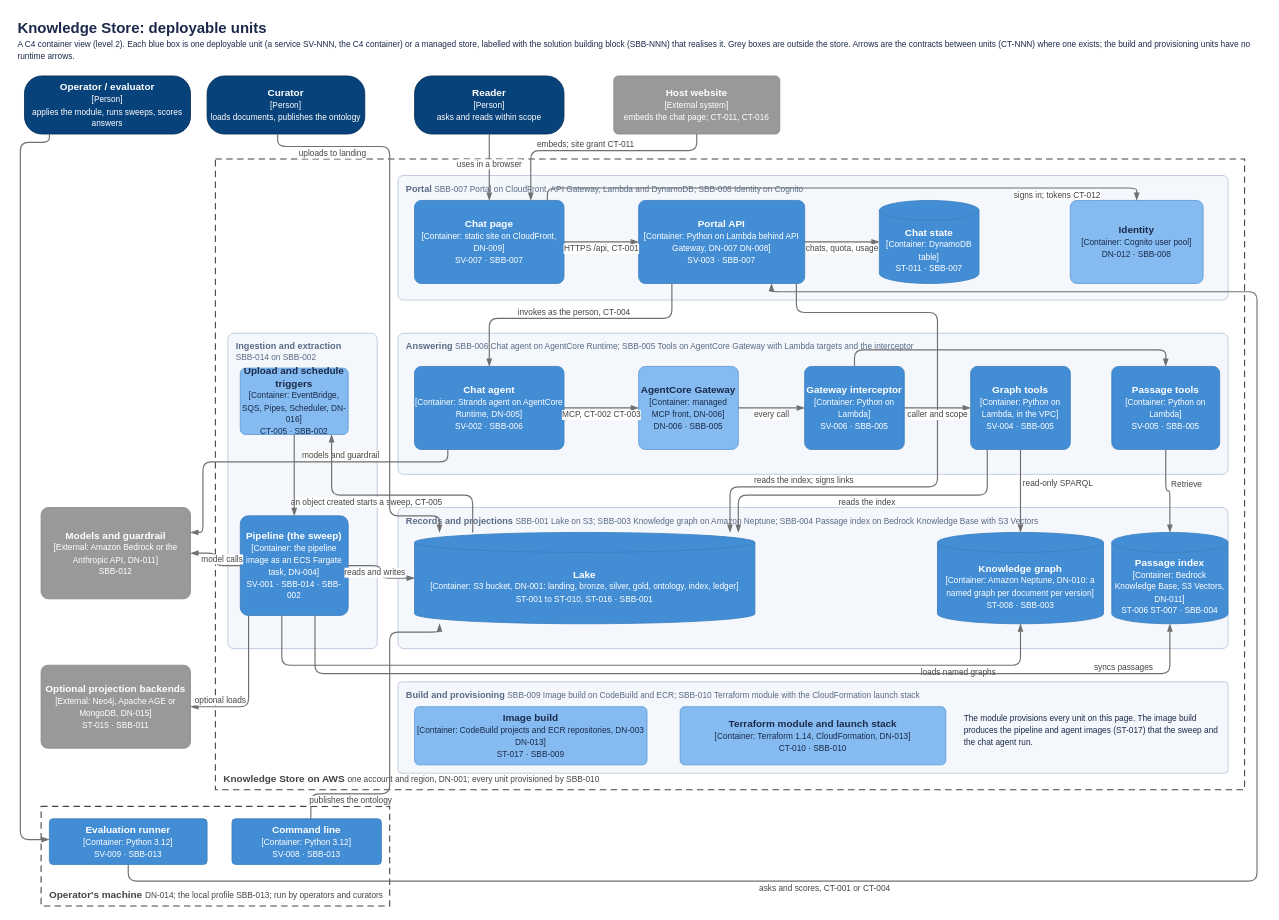
Above: docs/architecture/runtime/deployable-units.drawio in patternode/knowledge-store (draw.io), before the change. Source tidied: cells renumbered, new cells numbered last; positions are measured from the earlier drawing's top-left corner, leaving out a move shared by most shapes. Both pictures are drawn from the tidied source at 83%, with x=0, y=0 at pixel (16, 14).
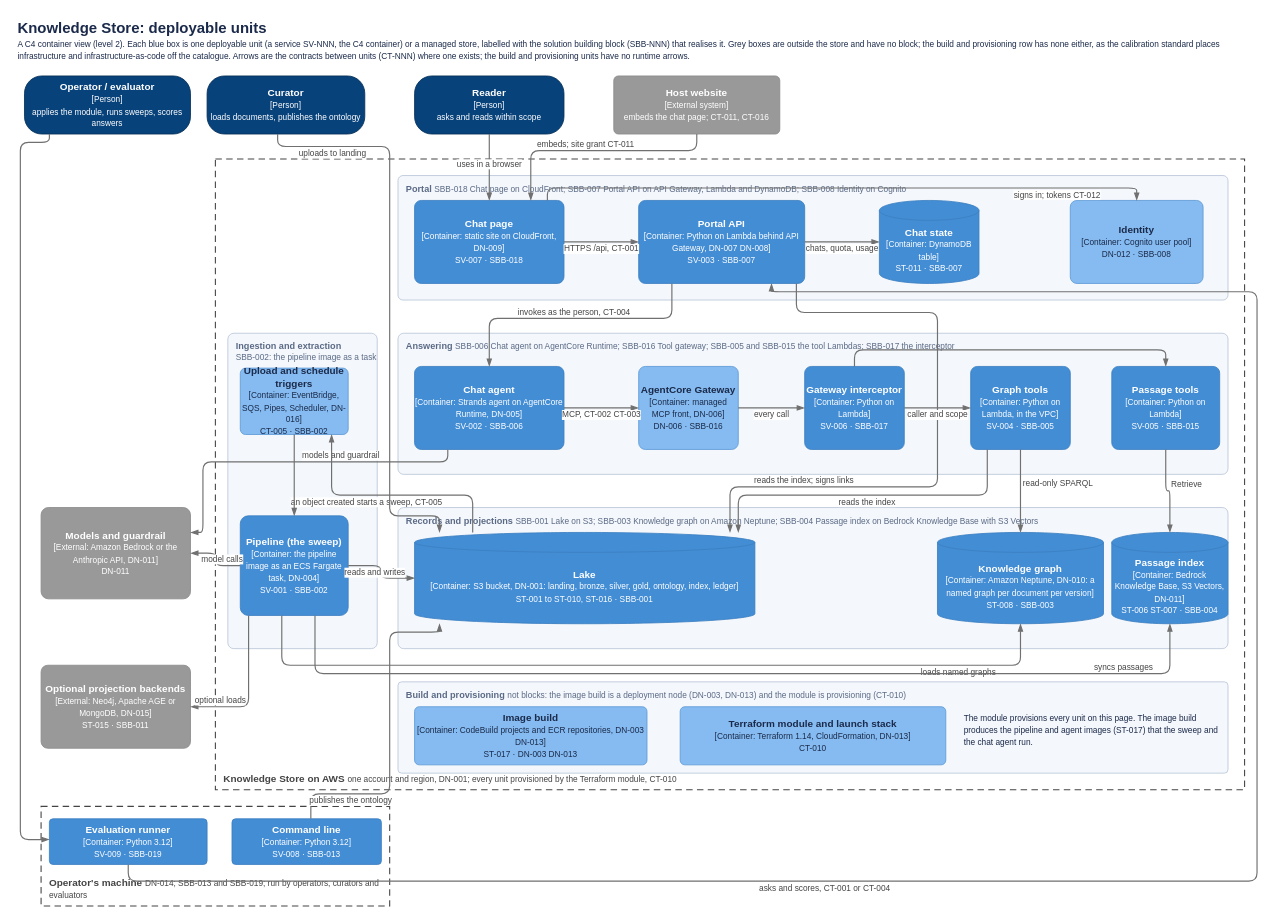
The same diagram, later.

What changed in the source:
```diff
@@
-    <mxCell id="2" value="&lt;b&gt;&lt;font style=&quot;font-size:18px&quot;&gt;Knowledge Store: deployable units&lt;/font&gt;&lt;/b&gt;&lt;br&gt;&lt;font style=&quot;font-size:10px&quot;&gt;A C4 container view (level 2). Each blue box is one deployable unit (a service SV-NNN, the C4 container) or a managed store, labelled with the solution building block (SBB-NNN) that realises it. Grey boxes are outside the store. Arrows are the contracts between units (CT-NNN) where one exists; the build and provisioning units have no runtime arrows.&lt;/font&gt;" style="text;html=1;align=left;verticalAlign=top;strokeColor=none;fillColor=none;fontColor=#1B2A4A;whiteSpace=wrap;" parent="1" vertex="1">
+    <mxCell id="2" value="&lt;b&gt;&lt;font style=&quot;font-size:18px&quot;&gt;Knowledge Store: deployable units&lt;/font&gt;&lt;/b&gt;&lt;br&gt;&lt;font style=&quot;font-size:10px&quot;&gt;A C4 container view (level 2). Each blue box is one deployable unit (a service SV-NNN, the C4 container) or a managed store, labelled with the solution building block (SBB-NNN) that realises it. Grey boxes are outside the store and have no block; the build and provisioning row has none either, as the calibration standard places infrastructure and infrastructure-as-code off the catalogue. Arrows are the contracts between units (CT-NNN) where one exists; the build and provisioning units have no runtime arrows.&lt;/font&gt;" style="text;html=1;align=left;verticalAlign=top;strokeColor=none;fillColor=none;fontColor=#1B2A4A;whiteSpace=wrap;" parent="1" vertex="1">
       <mxGeometry width="1500" height="44" as="geometry" />
     </mxCell>
@@
-    <mxCell id="7" value="&lt;b&gt;Knowledge Store on AWS&lt;/b&gt;  &lt;font style=&quot;font-size:10px&quot;&gt;one account and region, DN-001; every unit provisioned by SBB-010&lt;/font&gt;" style="rounded=0;whiteSpace=wrap;html=1;fillColor=none;strokeColor=#444444;dashed=1;dashPattern=6 4;strokeWidth=1.3;fontSize=12;fontColor=#444444;align=left;verticalAlign=bottom;spacingLeft=8;spacingBottom=4;" parent="1" vertex="1">
+    <mxCell id="7" value="&lt;b&gt;Knowledge Store on AWS&lt;/b&gt;  &lt;font style=&quot;font-size:10px&quot;&gt;one account and region, DN-001; every unit provisioned by the Terraform module, CT-010&lt;/font&gt;" style="rounded=0;whiteSpace=wrap;html=1;fillColor=none;strokeColor=#444444;dashed=1;dashPattern=6 4;strokeWidth=1.3;fontSize=12;fontColor=#444444;align=left;verticalAlign=bottom;spacingLeft=8;spacingBottom=4;" parent="1" vertex="1">
       <mxGeometry x="240" y="174" width="1240" height="760" as="geometry" />
     </mxCell>
-    <mxCell id="8" value="&lt;b&gt;Ingestion and extraction&lt;/b&gt;&lt;br&gt;&lt;font style=&quot;font-size:10px&quot;&gt;SBB-014 on SBB-002&lt;/font&gt;" style="rounded=1;whiteSpace=wrap;html=1;fillColor=#F4F7FB;strokeColor=#B9C6D9;strokeWidth=1;fontSize=11;fontColor=#5A6A86;align=left;verticalAlign=top;spacingLeft=8;spacingTop=3;arcSize=4;" parent="1" vertex="1">
+    <mxCell id="8" value="&lt;b&gt;Ingestion and extraction&lt;/b&gt;&lt;br&gt;&lt;font style=&quot;font-size:10px&quot;&gt;SBB-002: the pipeline image as a task&lt;/font&gt;" style="rounded=1;whiteSpace=wrap;html=1;fillColor=#F4F7FB;strokeColor=#B9C6D9;strokeWidth=1;fontSize=11;fontColor=#5A6A86;align=left;verticalAlign=top;spacingLeft=8;spacingTop=3;arcSize=4;" parent="1" vertex="1">
       <mxGeometry x="255" y="384" width="180" height="380" as="geometry" />
     </mxCell>
@@
-    <mxCell id="10" value="&lt;b&gt;Pipeline (the sweep)&lt;/b&gt;&lt;br&gt;&lt;font style=&quot;font-size:10px&quot;&gt;[Container: the pipeline image as an ECS Fargate task, DN-004]&lt;/font&gt;&lt;br&gt;&lt;font style=&quot;font-size:10px&quot;&gt;SV-001 · SBB-014 · SBB-002&lt;/font&gt;" style="rounded=1;whiteSpace=wrap;html=1;fillColor=#438DD5;strokeColor=#3C7FC0;fontColor=#FFFFFF;fontSize=12;align=center;verticalAlign=middle;arcSize=8;" parent="1" vertex="1">
+    <mxCell id="10" value="&lt;b&gt;Pipeline (the sweep)&lt;/b&gt;&lt;br&gt;&lt;font style=&quot;font-size:10px&quot;&gt;[Container: the pipeline image as an ECS Fargate task, DN-004]&lt;/font&gt;&lt;br&gt;&lt;font style=&quot;font-size:10px&quot;&gt;SV-001 · SBB-002&lt;/font&gt;" style="rounded=1;whiteSpace=wrap;html=1;fillColor=#438DD5;strokeColor=#3C7FC0;fontColor=#FFFFFF;fontSize=12;align=center;verticalAlign=middle;arcSize=8;" parent="1" vertex="1">
       <mxGeometry x="270" y="604" width="130" height="120" as="geometry" />
     </mxCell>
-    <mxCell id="11" value="&lt;b&gt;Portal&lt;/b&gt;  &lt;font style=&quot;font-size:10px&quot;&gt;SBB-007 Portal on CloudFront, API Gateway, Lambda and DynamoDB; SBB-008 Identity on Cognito&lt;/font&gt;" style="rounded=1;whiteSpace=wrap;html=1;fillColor=#F4F7FB;strokeColor=#B9C6D9;strokeWidth=1;fontSize=11;fontColor=#5A6A86;align=left;verticalAlign=top;spacingLeft=8;spacingTop=3;arcSize=4;" parent="1" vertex="1">
+    <mxCell id="11" value="&lt;b&gt;Portal&lt;/b&gt;  &lt;font style=&quot;font-size:10px&quot;&gt;SBB-018 Chat page on CloudFront; SBB-007 Portal API on API Gateway, Lambda and DynamoDB; SBB-008 Identity on Cognito&lt;/font&gt;" style="rounded=1;whiteSpace=wrap;html=1;fillColor=#F4F7FB;strokeColor=#B9C6D9;strokeWidth=1;fontSize=11;fontColor=#5A6A86;align=left;verticalAlign=top;spacingLeft=8;spacingTop=3;arcSize=4;" parent="1" vertex="1">
       <mxGeometry x="460" y="194" width="1000" height="150" as="geometry" />
     </mxCell>
-    <mxCell id="12" value="&lt;b&gt;Chat page&lt;/b&gt;&lt;br&gt;&lt;font style=&quot;font-size:10px&quot;&gt;[Container: static site on CloudFront, DN-009]&lt;/font&gt;&lt;br&gt;&lt;font style=&quot;font-size:10px&quot;&gt;SV-007 · SBB-007&lt;/font&gt;" style="rounded=1;whiteSpace=wrap;html=1;fillColor=#438DD5;strokeColor=#3C7FC0;fontColor=#FFFFFF;fontSize=12;align=center;verticalAlign=middle;arcSize=8;" parent="1" vertex="1">
+    <mxCell id="12" value="&lt;b&gt;Chat page&lt;/b&gt;&lt;br&gt;&lt;font style=&quot;font-size:10px&quot;&gt;[Container: static site on CloudFront, DN-009]&lt;/font&gt;&lt;br&gt;&lt;font style=&quot;font-size:10px&quot;&gt;SV-007 · SBB-018&lt;/font&gt;" style="rounded=1;whiteSpace=wrap;html=1;fillColor=#438DD5;strokeColor=#3C7FC0;fontColor=#FFFFFF;fontSize=12;align=center;verticalAlign=middle;arcSize=8;" parent="1" vertex="1">
       <mxGeometry x="480" y="224" width="180" height="100" as="geometry" />
     </mxCell>
@@
-    <mxCell id="16" value="&lt;b&gt;Answering&lt;/b&gt;  &lt;font style=&quot;font-size:10px&quot;&gt;SBB-006 Chat agent on AgentCore Runtime; SBB-005 Tools on AgentCore Gateway with Lambda targets and the interceptor&lt;/font&gt;" style="rounded=1;whiteSpace=wrap;html=1;fillColor=#F4F7FB;strokeColor=#B9C6D9;strokeWidth=1;fontSize=11;fontColor=#5A6A86;align=left;verticalAlign=top;spacingLeft=8;spacingTop=3;arcSize=4;" parent="1" vertex="1">
+    <mxCell id="16" value="&lt;b&gt;Answering&lt;/b&gt;  &lt;font style=&quot;font-size:10px&quot;&gt;SBB-006 Chat agent on AgentCore Runtime; SBB-016 Tool gateway; SBB-005 and SBB-015 the tool Lambdas; SBB-017 the interceptor&lt;/font&gt;" style="rounded=1;whiteSpace=wrap;html=1;fillColor=#F4F7FB;strokeColor=#B9C6D9;strokeWidth=1;fontSize=11;fontColor=#5A6A86;align=left;verticalAlign=top;spacingLeft=8;spacingTop=3;arcSize=4;" parent="1" vertex="1">
       <mxGeometry x="460" y="384" width="1000" height="170" as="geometry" />
     </mxCell>
@@
-    <mxCell id="18" value="&lt;b&gt;AgentCore Gateway&lt;/b&gt;&lt;br&gt;&lt;font style=&quot;font-size:10px&quot;&gt;[Container: managed MCP front, DN-006]&lt;/font&gt;&lt;br&gt;&lt;font style=&quot;font-size:10px&quot;&gt;DN-006 · SBB-005&lt;/font&gt;" style="rounded=1;whiteSpace=wrap;html=1;fillColor=#85BBF0;strokeColor=#5D9AD6;fontColor=#1B2A4A;fontSize=12;align=center;verticalAlign=middle;arcSize=8;" parent="1" vertex="1">
+    <mxCell id="18" value="&lt;b&gt;AgentCore Gateway&lt;/b&gt;&lt;br&gt;&lt;font style=&quot;font-size:10px&quot;&gt;[Container: managed MCP front, DN-006]&lt;/font&gt;&lt;br&gt;&lt;font style=&quot;font-size:10px&quot;&gt;DN-006 · SBB-016&lt;/font&gt;" style="rounded=1;whiteSpace=wrap;html=1;fillColor=#85BBF0;strokeColor=#5D9AD6;fontColor=#1B2A4A;fontSize=12;align=center;verticalAlign=middle;arcSize=8;" parent="1" vertex="1">
       <mxGeometry x="750" y="424" width="120" height="100" as="geometry" />
     </mxCell>
-    <mxCell id="19" value="&lt;b&gt;Gateway interceptor&lt;/b&gt;&lt;br&gt;&lt;font style=&quot;font-size:10px&quot;&gt;[Container: Python on Lambda]&lt;/font&gt;&lt;br&gt;&lt;font style=&quot;font-size:10px&quot;&gt;SV-006 · SBB-005&lt;/font&gt;" style="rounded=1;whiteSpace=wrap;html=1;fillColor=#438DD5;strokeColor=#3C7FC0;fontColor=#FFFFFF;fontSize=12;align=center;verticalAlign=middle;arcSize=8;" parent="1" vertex="1">
+    <mxCell id="19" value="&lt;b&gt;Gateway interceptor&lt;/b&gt;&lt;br&gt;&lt;font style=&quot;font-size:10px&quot;&gt;[Container: Python on Lambda]&lt;/font&gt;&lt;br&gt;&lt;font style=&quot;font-size:10px&quot;&gt;SV-006 · SBB-017&lt;/font&gt;" style="rounded=1;whiteSpace=wrap;html=1;fillColor=#438DD5;strokeColor=#3C7FC0;fontColor=#FFFFFF;fontSize=12;align=center;verticalAlign=middle;arcSize=8;" parent="1" vertex="1">
       <mxGeometry x="950" y="424" width="120" height="100" as="geometry" />
     </mxCell>
@@
-    <mxCell id="21" value="&lt;b&gt;Passage tools&lt;/b&gt;&lt;br&gt;&lt;font style=&quot;font-size:10px&quot;&gt;[Container: Python on Lambda]&lt;/font&gt;&lt;br&gt;&lt;font style=&quot;font-size:10px&quot;&gt;SV-005 · SBB-005&lt;/font&gt;" style="rounded=1;whiteSpace=wrap;html=1;fillColor=#438DD5;strokeColor=#3C7FC0;fontColor=#FFFFFF;fontSize=12;align=center;verticalAlign=middle;arcSize=8;" parent="1" vertex="1">
+    <mxCell id="21" value="&lt;b&gt;Passage tools&lt;/b&gt;&lt;br&gt;&lt;font style=&quot;font-size:10px&quot;&gt;[Container: Python on Lambda]&lt;/font&gt;&lt;br&gt;&lt;font style=&quot;font-size:10px&quot;&gt;SV-005 · SBB-015&lt;/font&gt;" style="rounded=1;whiteSpace=wrap;html=1;fillColor=#438DD5;strokeColor=#3C7FC0;fontColor=#FFFFFF;fontSize=12;align=center;verticalAlign=middle;arcSize=8;" parent="1" vertex="1">
       <mxGeometry x="1320" y="424" width="130" height="100" as="geometry" />
     </mxCell>
@@
-    <mxCell id="26" value="&lt;b&gt;Build and provisioning&lt;/b&gt;  &lt;font style=&quot;font-size:10px&quot;&gt;SBB-009 Image build on CodeBuild and ECR; SBB-010 Terraform module with the CloudFormation launch stack&lt;/font&gt;" style="rounded=1;whiteSpace=wrap;html=1;fillColor=#F4F7FB;strokeColor=#B9C6D9;strokeWidth=1;fontSize=11;fontColor=#5A6A86;align=left;verticalAlign=top;spacingLeft=8;spacingTop=3;arcSize=4;" parent="1" vertex="1">
+    <mxCell id="26" value="&lt;b&gt;Build and provisioning&lt;/b&gt;  &lt;font style=&quot;font-size:10px&quot;&gt;not blocks: the image build is a deployment node (DN-003, DN-013) and the module is provisioning (CT-010)&lt;/font&gt;" style="rounded=1;whiteSpace=wrap;html=1;fillColor=#F4F7FB;strokeColor=#B9C6D9;strokeWidth=1;fontSize=11;fontColor=#5A6A86;align=left;verticalAlign=top;spacingLeft=8;spacingTop=3;arcSize=4;" parent="1" vertex="1">
       <mxGeometry x="460" y="804" width="1000" height="110" as="geometry" />
     </mxCell>
-    <mxCell id="27" value="&lt;b&gt;Image build&lt;/b&gt;&lt;br&gt;&lt;font style=&quot;font-size:10px&quot;&gt;[Container: CodeBuild projects and ECR repositories, DN-003 DN-013]&lt;/font&gt;&lt;br&gt;&lt;font style=&quot;font-size:10px&quot;&gt;ST-017 · SBB-009&lt;/font&gt;" style="rounded=1;whiteSpace=wrap;html=1;fillColor=#85BBF0;strokeColor=#5D9AD6;fontColor=#1B2A4A;fontSize=12;align=center;verticalAlign=middle;arcSize=8;" parent="1" vertex="1">
+    <mxCell id="27" value="&lt;b&gt;Image build&lt;/b&gt;&lt;br&gt;&lt;font style=&quot;font-size:10px&quot;&gt;[Container: CodeBuild projects and ECR repositories, DN-003 DN-013]&lt;/font&gt;&lt;br&gt;&lt;font style=&quot;font-size:10px&quot;&gt;ST-017 · DN-003 DN-013&lt;/font&gt;" style="rounded=1;whiteSpace=wrap;html=1;fillColor=#85BBF0;strokeColor=#5D9AD6;fontColor=#1B2A4A;fontSize=12;align=center;verticalAlign=middle;arcSize=8;" parent="1" vertex="1">
       <mxGeometry x="480" y="834" width="280" height="70" as="geometry" />
     </mxCell>
-    <mxCell id="28" value="&lt;b&gt;Terraform module and launch stack&lt;/b&gt;&lt;br&gt;&lt;font style=&quot;font-size:10px&quot;&gt;[Container: Terraform 1.14, CloudFormation, DN-013]&lt;/font&gt;&lt;br&gt;&lt;font style=&quot;font-size:10px&quot;&gt;CT-010 · SBB-010&lt;/font&gt;" style="rounded=1;whiteSpace=wrap;html=1;fillColor=#85BBF0;strokeColor=#5D9AD6;fontColor=#1B2A4A;fontSize=12;align=center;verticalAlign=middle;arcSize=8;" parent="1" vertex="1">
+    <mxCell id="28" value="&lt;b&gt;Terraform module and launch stack&lt;/b&gt;&lt;br&gt;&lt;font style=&quot;font-size:10px&quot;&gt;[Container: Terraform 1.14, CloudFormation, DN-013]&lt;/font&gt;&lt;br&gt;&lt;font style=&quot;font-size:10px&quot;&gt;CT-010&lt;/font&gt;" style="rounded=1;whiteSpace=wrap;html=1;fillColor=#85BBF0;strokeColor=#5D9AD6;fontColor=#1B2A4A;fontSize=12;align=center;verticalAlign=middle;arcSize=8;" parent="1" vertex="1">
       <mxGeometry x="800" y="834" width="320" height="70" as="geometry" />
     </mxCell>
@@
-    <mxCell id="30" value="&lt;b&gt;Models and guardrail&lt;/b&gt;&lt;br&gt;&lt;font style=&quot;font-size:10px&quot;&gt;[External: Amazon Bedrock or the Anthropic API, DN-011]&lt;/font&gt;&lt;br&gt;&lt;font style=&quot;font-size:10px&quot;&gt;SBB-012&lt;/font&gt;" style="rounded=1;whiteSpace=wrap;html=1;fillColor=#999999;strokeColor=#8A8A8A;fontColor=#FFFFFF;fontSize=12;align=center;verticalAlign=middle;arcSize=8;" parent="1" vertex="1">
+    <mxCell id="30" value="&lt;b&gt;Models and guardrail&lt;/b&gt;&lt;br&gt;&lt;font style=&quot;font-size:10px&quot;&gt;[External: Amazon Bedrock or the Anthropic API, DN-011]&lt;/font&gt;&lt;br&gt;&lt;font style=&quot;font-size:10px&quot;&gt;DN-011&lt;/font&gt;" style="rounded=1;whiteSpace=wrap;html=1;fillColor=#999999;strokeColor=#8A8A8A;fontColor=#FFFFFF;fontSize=12;align=center;verticalAlign=middle;arcSize=8;" parent="1" vertex="1">
       <mxGeometry x="30" y="594" width="180" height="110" as="geometry" />
     </mxCell>
@@
-    <mxCell id="32" value="&lt;b&gt;Operator's machine&lt;/b&gt;  &lt;font style=&quot;font-size:10px&quot;&gt;DN-014; the local profile SBB-013; run by operators and curators&lt;/font&gt;" style="rounded=0;whiteSpace=wrap;html=1;fillColor=none;strokeColor=#444444;dashed=1;dashPattern=6 4;strokeWidth=1.3;fontSize=12;fontColor=#444444;align=left;verticalAlign=bottom;spacingLeft=8;spacingBottom=4;" parent="1" vertex="1">
+    <mxCell id="32" value="&lt;b&gt;Operator's machine&lt;/b&gt;  &lt;font style=&quot;font-size:10px&quot;&gt;DN-014; SBB-013 and SBB-019; run by operators, curators and evaluators&lt;/font&gt;" style="rounded=0;whiteSpace=wrap;html=1;fillColor=none;strokeColor=#444444;dashed=1;dashPattern=6 4;strokeWidth=1.3;fontSize=12;fontColor=#444444;align=left;verticalAlign=bottom;spacingLeft=8;spacingBottom=4;" parent="1" vertex="1">
       <mxGeometry x="30" y="954" width="420" height="120" as="geometry" />
     </mxCell>
-    <mxCell id="33" value="&lt;b&gt;Evaluation runner&lt;/b&gt;&lt;br&gt;&lt;font style=&quot;font-size:10px&quot;&gt;[Container: Python 3.12]&lt;/font&gt;&lt;br&gt;&lt;font style=&quot;font-size:10px&quot;&gt;SV-009 · SBB-013&lt;/font&gt;" style="rounded=1;whiteSpace=wrap;html=1;fillColor=#438DD5;strokeColor=#3C7FC0;fontColor=#FFFFFF;fontSize=12;align=center;verticalAlign=middle;arcSize=8;" parent="1" vertex="1">
+    <mxCell id="33" value="&lt;b&gt;Evaluation runner&lt;/b&gt;&lt;br&gt;&lt;font style=&quot;font-size:10px&quot;&gt;[Container: Python 3.12]&lt;/font&gt;&lt;br&gt;&lt;font style=&quot;font-size:10px&quot;&gt;SV-009 · SBB-019&lt;/font&gt;" style="rounded=1;whiteSpace=wrap;html=1;fillColor=#438DD5;strokeColor=#3C7FC0;fontColor=#FFFFFF;fontSize=12;align=center;verticalAlign=middle;arcSize=8;" parent="1" vertex="1">
       <mxGeometry x="40" y="969" width="190" height="55" as="geometry" />
     </mxCell>
```
